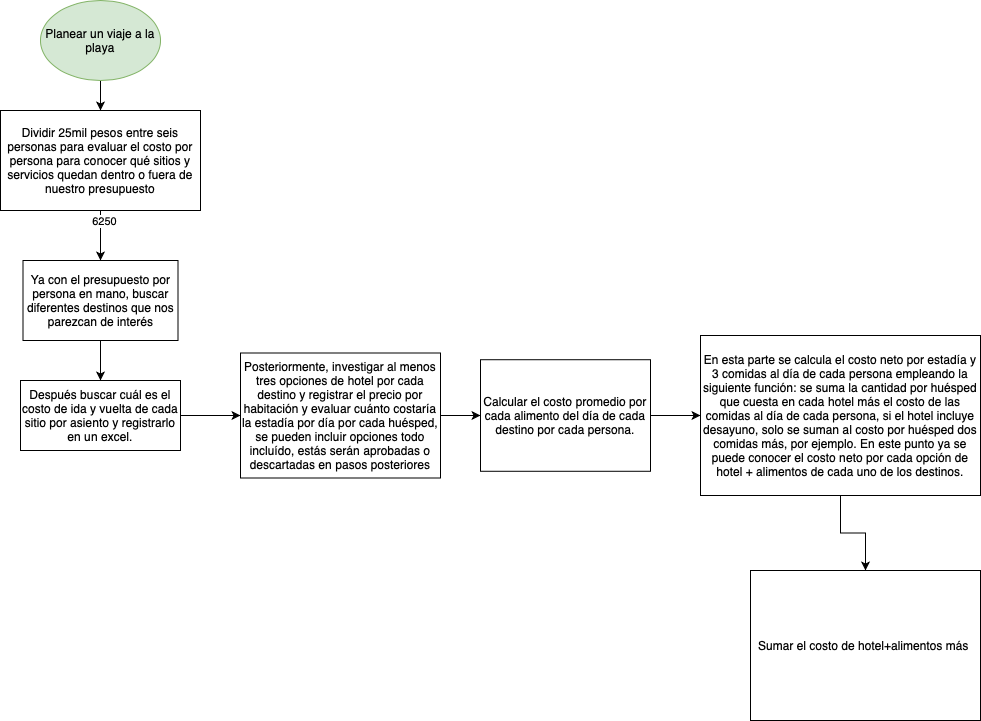
This is travelBeach.png from missphoneme/ejercicios-kodemia, a draw.io export, as it was before one commit. Source tidied: cells renumbered, new cells last; positions are measured from the earlier drawing's top-left corner, leaving out a move shared by most shapes.
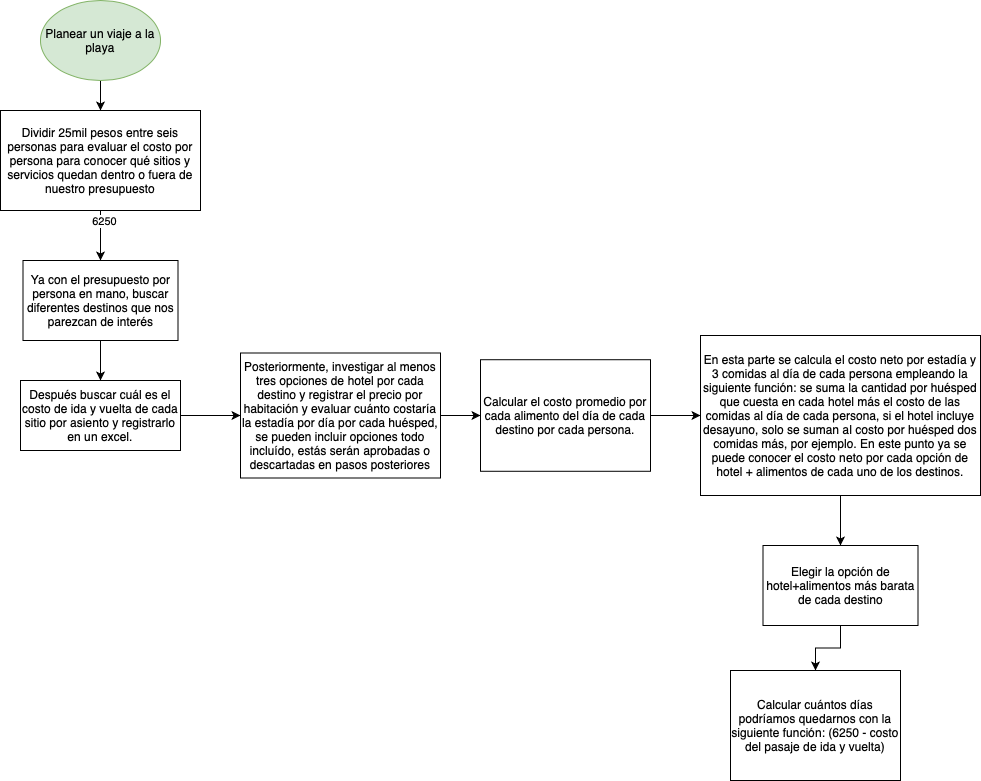
After the change.

Change to the diagram source:
```diff
@@ -47,8 +47,14 @@
     <mxCell id="16" value="En esta parte se calcula el costo neto por estadía y 3 comidas al día de cada persona empleando la siguiente función: se suma la cantidad por huésped que cuesta en cada hotel más el costo de las comidas al día de cada persona, si el hotel incluye desayuno, solo se suman al costo por huésped dos comidas más, por ejemplo. En este punto ya se puede conocer el costo neto por cada opción de hotel + alimentos de cada uno de los destinos." style="rounded=0;whiteSpace=wrap;html=1;" parent="1" vertex="1">
       <mxGeometry x="700" y="335" width="280" height="160" as="geometry" />
     </mxCell>
+    <mxCell id="18" style="edgeStyle=orthogonalEdgeStyle;rounded=0;jettySize=auto;html=1;" parent="1" edge="1" source="17" target="19">
+      <mxGeometry relative="1" as="geometry" />
+    </mxCell>
-    <mxCell id="17" value="Sumar el costo de hotel+alimentos más&amp;nbsp;" style="whiteSpace=wrap;html=1;rounded=0;" parent="1" vertex="1">
-      <mxGeometry x="750" y="570" width="230" height="150" as="geometry" />
+    <mxCell id="17" value="Elegir la opción de hotel+alimentos más barata de cada destino" style="whiteSpace=wrap;html=1;rounded=0;" parent="1" vertex="1">
+      <mxGeometry x="762.5" y="545" width="155" height="80" as="geometry" />
     </mxCell>
+    <mxCell id="19" value="Calcular cuántos días podríamos quedarnos con la siguiente función: (6250 - costo del pasaje de ida y vuelta)" style="whiteSpace=wrap;html=1;rounded=0;" parent="1" vertex="1">
+      <mxGeometry x="730" y="670" width="170" height="110" as="geometry" />
+    </mxCell>
   </root>
 </mxGraphModel>
```
